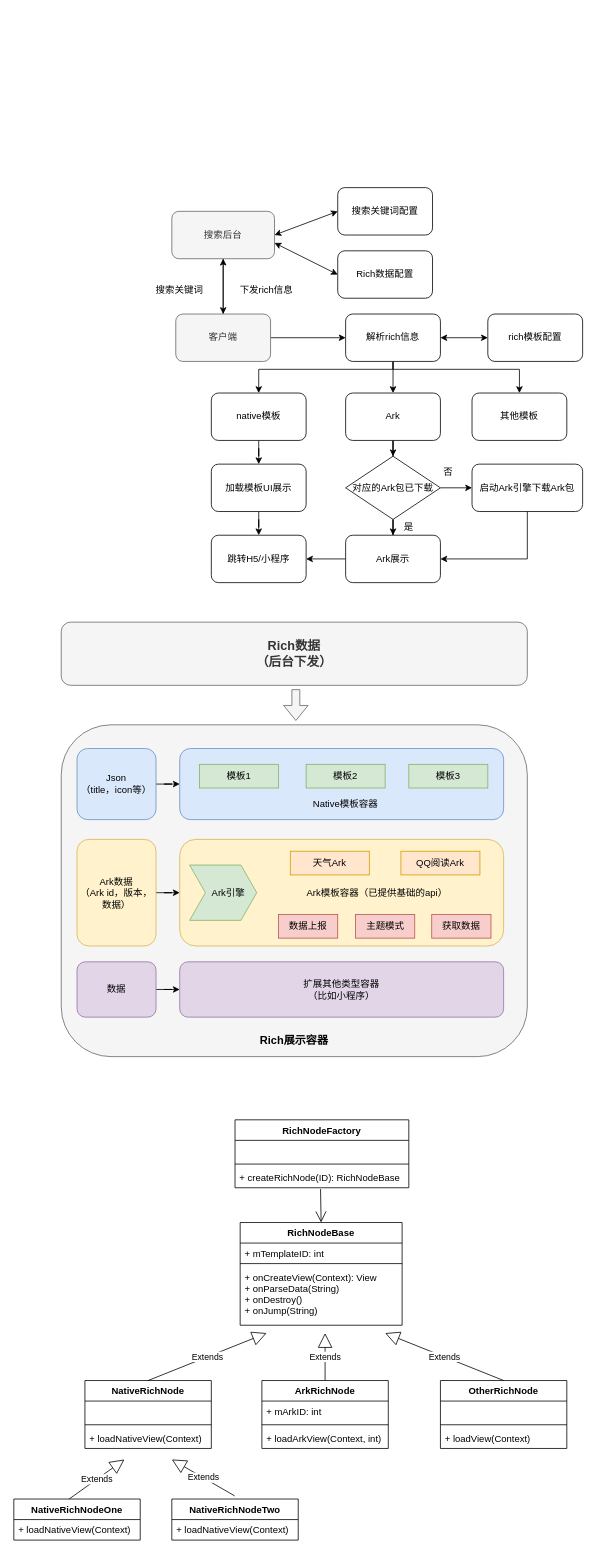
wind1096471134/Brainstorming keeps this draw.io diagram as page "Ark" (3 of 3) of t3.drawio. Above is the earlier version. Source tidied: cells renumbered, new cells numbered last; positions are measured from the earlier drawing's top-left corner, leaving out a move shared by most shapes. Both pictures are drawn from the tidied source at 79%, with x=0, y=0 at pixel (13, 187).
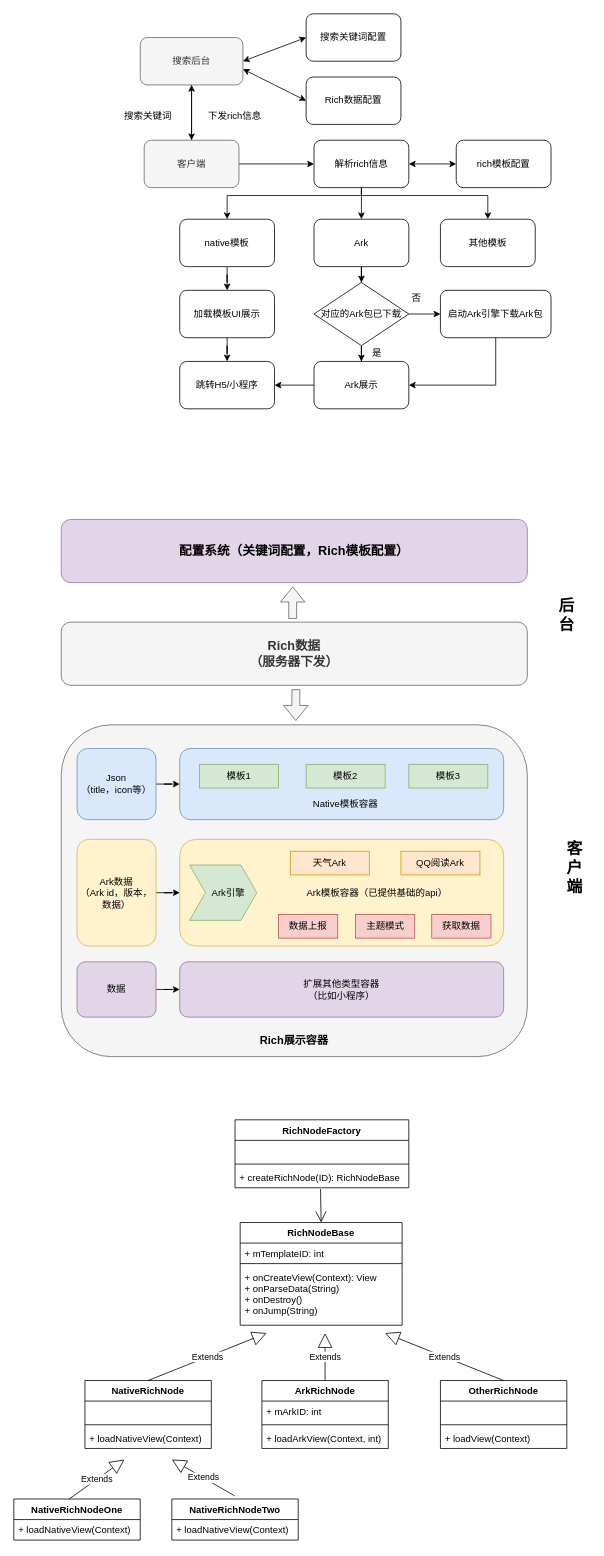
The same page after the edit.

What changed in the source:
```diff
@@
     <mxCell id="3" value="搜索后台" style="rounded=1;whiteSpace=wrap;html=1;fillColor=#f5f5f5;strokeColor=#666666;fontColor=#333333;" parent="1" vertex="1">
-      <mxGeometry x="200" y="30" width="130" height="60" as="geometry" />
+      <mxGeometry x="160" y="-190" width="130" height="60" as="geometry" />
     </mxCell>
     <mxCell id="4" value="搜索关键词配置" style="rounded=1;whiteSpace=wrap;html=1;" parent="1" vertex="1">
-      <mxGeometry x="410" width="120" height="60" as="geometry" />
+      <mxGeometry x="370" y="-220" width="120" height="60" as="geometry" />
     </mxCell>
     <mxCell id="5" value="rich模板配置" style="rounded=1;whiteSpace=wrap;html=1;" parent="1" vertex="1">
-      <mxGeometry x="600" y="160" width="120" height="60" as="geometry" />
+      <mxGeometry x="560" y="-60" width="120" height="60" as="geometry" />
     </mxCell>
     <mxCell id="6" style="endArrow=classic;startArrow=classic;html=1;entryX=0;entryY=0.5;entryDx=0;entryDy=0;" parent="1" edge="1" target="4">
       <mxGeometry relative="1" as="geometry">
-        <mxPoint x="330" y="60" as="sourcePoint" />
+        <mxPoint x="290" y="-160" as="sourcePoint" />
       </mxGeometry>
     </mxCell>
@@
     <mxCell id="9" value="客户端" style="rounded=1;whiteSpace=wrap;html=1;fillColor=#f5f5f5;strokeColor=#666666;fontColor=#333333;" parent="1" vertex="1">
-      <mxGeometry x="205" y="160" width="120" height="60" as="geometry" />
+      <mxGeometry x="165" y="-60" width="120" height="60" as="geometry" />
     </mxCell>
     <mxCell id="10" value="搜索关键词" style="text;html=1;strokeColor=none;fillColor=none;align=center;verticalAlign=middle;whiteSpace=wrap;rounded=0;" parent="1" vertex="1">
-      <mxGeometry x="160" y="120" width="100" height="20" as="geometry" />
+      <mxGeometry x="120" y="-100" width="100" height="20" as="geometry" />
     </mxCell>
     <mxCell id="11" value="下发rich信息" style="text;html=1;strokeColor=none;fillColor=none;align=center;verticalAlign=middle;whiteSpace=wrap;rounded=0;" parent="1" vertex="1">
-      <mxGeometry x="270" y="120" width="100" height="20" as="geometry" />
+      <mxGeometry x="230" y="-100" width="100" height="20" as="geometry" />
     </mxCell>
@@
     <mxCell id="13" style="edgeStyle=orthogonalEdgeStyle;rounded=0;jettySize=auto;html=1;entryX=0.5;entryY=0;entryDx=0;entryDy=0;" parent="1" edge="1" source="15" target="33">
       <mxGeometry relative="1" as="geometry">
         <Array as="points">
-          <mxPoint x="480" y="230" />
-          <mxPoint x="640" y="230" />
+          <mxPoint x="440" y="10" />
+          <mxPoint x="600" y="10" />
         </Array>
       </mxGeometry>
     </mxCell>
     <mxCell id="14" style="edgeStyle=orthogonalEdgeStyle;rounded=0;jettySize=auto;html=1;entryX=0.5;entryY=0;entryDx=0;entryDy=0;" parent="1" edge="1" source="15" target="17">
       <mxGeometry relative="1" as="geometry">
         <Array as="points">
-          <mxPoint x="480" y="230" />
-          <mxPoint x="310" y="230" />
+          <mxPoint x="440" y="10" />
+          <mxPoint x="270" y="10" />
         </Array>
       </mxGeometry>
     </mxCell>
     <mxCell id="15" value="解析rich信息" style="rounded=1;whiteSpace=wrap;html=1;" parent="1" vertex="1">
-      <mxGeometry x="420" y="160" width="120" height="60" as="geometry" />
+      <mxGeometry x="380" y="-60" width="120" height="60" as="geometry" />
     </mxCell>
@@
     <mxCell id="17" value="native模板" style="rounded=1;whiteSpace=wrap;html=1;" parent="1" vertex="1">
-      <mxGeometry x="250" y="260" width="120" height="60" as="geometry" />
+      <mxGeometry x="210" y="40" width="120" height="60" as="geometry" />
     </mxCell>
@@
     <mxCell id="19" value="加载模板UI展示" style="rounded=1;whiteSpace=wrap;html=1;" parent="1" vertex="1">
-      <mxGeometry x="250" y="350" width="120" height="60" as="geometry" />
+      <mxGeometry x="210" y="130" width="120" height="60" as="geometry" />
     </mxCell>
@@
     <mxCell id="21" value="Ark" style="rounded=1;whiteSpace=wrap;html=1;" parent="1" vertex="1">
-      <mxGeometry x="420" y="260" width="120" height="60" as="geometry" />
+      <mxGeometry x="380" y="40" width="120" height="60" as="geometry" />
     </mxCell>
     <mxCell id="22" value="启动Ark引擎下载Ark包" style="rounded=1;whiteSpace=wrap;html=1;" parent="1" vertex="1">
-      <mxGeometry x="580" y="350" width="140" height="60" as="geometry" />
+      <mxGeometry x="540" y="130" width="140" height="60" as="geometry" />
     </mxCell>
@@
     <mxCell id="25" value="对应的Ark包已下载" style="rhombus;whiteSpace=wrap;html=1;" parent="1" vertex="1">
-      <mxGeometry x="420" y="340" width="120" height="80" as="geometry" />
+      <mxGeometry x="380" y="120" width="120" height="80" as="geometry" />
     </mxCell>
@@
     <mxCell id="27" value="Ark展示" style="rounded=1;whiteSpace=wrap;html=1;" parent="1" vertex="1">
-      <mxGeometry x="420" y="440" width="120" height="60" as="geometry" />
+      <mxGeometry x="380" y="220" width="120" height="60" as="geometry" />
     </mxCell>
     <mxCell id="28" style="endArrow=none;html=1;entryX=0.5;entryY=1;entryDx=0;entryDy=0;" parent="1" edge="1" target="22">
       <mxGeometry relative="1" as="geometry">
-        <mxPoint x="650" y="470" as="sourcePoint" />
+        <mxPoint x="610" y="250" as="sourcePoint" />
       </mxGeometry>
     </mxCell>
     <mxCell id="29" style="endArrow=classic;html=1;entryX=1;entryY=0.5;entryDx=0;entryDy=0;" parent="1" edge="1" target="27">
       <mxGeometry relative="1" as="geometry">
-        <mxPoint x="650" y="470" as="sourcePoint" />
+        <mxPoint x="610" y="250" as="sourcePoint" />
       </mxGeometry>
     </mxCell>
     <mxCell id="30" value="是" style="text;html=1;strokeColor=none;fillColor=none;align=center;verticalAlign=middle;whiteSpace=wrap;rounded=0;" parent="1" vertex="1">
-      <mxGeometry x="480" y="420" width="40" height="20" as="geometry" />
+      <mxGeometry x="440" y="200" width="40" height="20" as="geometry" />
     </mxCell>
     <mxCell id="31" value="否" style="text;html=1;strokeColor=none;fillColor=none;align=center;verticalAlign=middle;whiteSpace=wrap;rounded=0;" parent="1" vertex="1">
-      <mxGeometry x="530" y="350" width="40" height="20" as="geometry" />
+      <mxGeometry x="490" y="130" width="40" height="20" as="geometry" />
     </mxCell>
     <mxCell id="32" value="跳转H5/小程序" style="rounded=1;whiteSpace=wrap;html=1;" parent="1" vertex="1">
-      <mxGeometry x="250" y="440" width="120" height="60" as="geometry" />
+      <mxGeometry x="210" y="220" width="120" height="60" as="geometry" />
     </mxCell>
     <mxCell id="33" value="其他模板" style="rounded=1;whiteSpace=wrap;html=1;" parent="1" vertex="1">
-      <mxGeometry x="580" y="260" width="120" height="60" as="geometry" />
+      <mxGeometry x="540" y="40" width="120" height="60" as="geometry" />
     </mxCell>
@@
     <mxCell id="48" style="endArrow=classic;startArrow=classic;html=1;exitX=1;exitY=0.5;exitDx=0;exitDy=0;" parent="1" edge="1" source="15">
       <mxGeometry relative="1" as="geometry">
-        <mxPoint x="600" y="190" as="targetPoint" />
+        <mxPoint x="560" y="-30" as="targetPoint" />
       </mxGeometry>
     </mxCell>
     <mxCell id="49" value="Rich数据配置" style="rounded=1;whiteSpace=wrap;html=1;" parent="1" vertex="1">
-      <mxGeometry x="410" y="80" width="120" height="60" as="geometry" />
+      <mxGeometry x="370" y="-140" width="120" height="60" as="geometry" />
     </mxCell>
     <mxCell id="50" style="endArrow=classic;startArrow=classic;html=1;" parent="1" edge="1">
       <mxGeometry relative="1" as="geometry">
-        <mxPoint x="330" y="70" as="sourcePoint" />
-        <mxPoint x="410" y="110" as="targetPoint" />
+        <mxPoint x="290" y="-150" as="sourcePoint" />
+        <mxPoint x="370" y="-110" as="targetPoint" />
       </mxGeometry>
     </mxCell>
-    <mxCell id="51" value="&lt;font style=&quot;font-size: 16px&quot;&gt;&lt;b&gt;Rich数据&lt;br&gt;（后台下发）&lt;br&gt;&lt;/b&gt;&lt;/font&gt;" style="rounded=1;whiteSpace=wrap;html=1;fillColor=#f5f5f5;strokeColor=#666666;fontColor=#333333;" parent="1" vertex="1">
+    <mxCell id="51" value="&lt;font style=&quot;font-size: 16px&quot;&gt;&lt;b&gt;Rich数据&lt;br&gt;（服务器下发）&lt;br&gt;&lt;/b&gt;&lt;/font&gt;" style="rounded=1;whiteSpace=wrap;html=1;fillColor=#f5f5f5;strokeColor=#666666;fontColor=#333333;" parent="1" vertex="1">
       <mxGeometry x="60" y="550" width="590" height="80" as="geometry" />
     </mxCell>
@@
+    <mxCell id="92" value="&lt;b&gt;&lt;font style=&quot;font-size: 16px&quot;&gt;配置系统（关键词配置，Rich模板配置）&lt;/font&gt;&lt;/b&gt;" style="rounded=1;whiteSpace=wrap;html=1;fillColor=#e1d5e7;strokeColor=#9673a6;" parent="1" vertex="1">
+      <mxGeometry x="60" y="420" width="590" height="80" as="geometry" />
+    </mxCell>
+    <mxCell id="93" style="shape=flexArrow;endArrow=classic;html=1;fillColor=#f5f5f5;strokeColor=#666666;" parent="1" edge="1">
+      <mxGeometry relative="1" as="geometry">
+        <mxPoint x="353" y="546" as="sourcePoint" />
+        <mxPoint x="353" y="505" as="targetPoint" />
+      </mxGeometry>
+    </mxCell>
+    <mxCell id="94" value="&lt;font style=&quot;font-size: 20px&quot;&gt;&lt;b&gt;客&lt;br&gt;户端&lt;br&gt;&lt;/b&gt;&lt;/font&gt;" style="text;html=1;strokeColor=none;fillColor=none;align=center;verticalAlign=middle;whiteSpace=wrap;rounded=0;" parent="1" vertex="1">
+      <mxGeometry x="690" y="850" width="40" height="20" as="geometry" />
+    </mxCell>
+    <mxCell id="95" value="&lt;font style=&quot;font-size: 20px&quot;&gt;&lt;b&gt;后&lt;br&gt;台&lt;/b&gt;&lt;/font&gt;" style="text;html=1;strokeColor=none;fillColor=none;align=center;verticalAlign=middle;whiteSpace=wrap;rounded=0;" parent="1" vertex="1">
+      <mxGeometry x="680" y="530" width="40" height="20" as="geometry" />
+    </mxCell>
```
